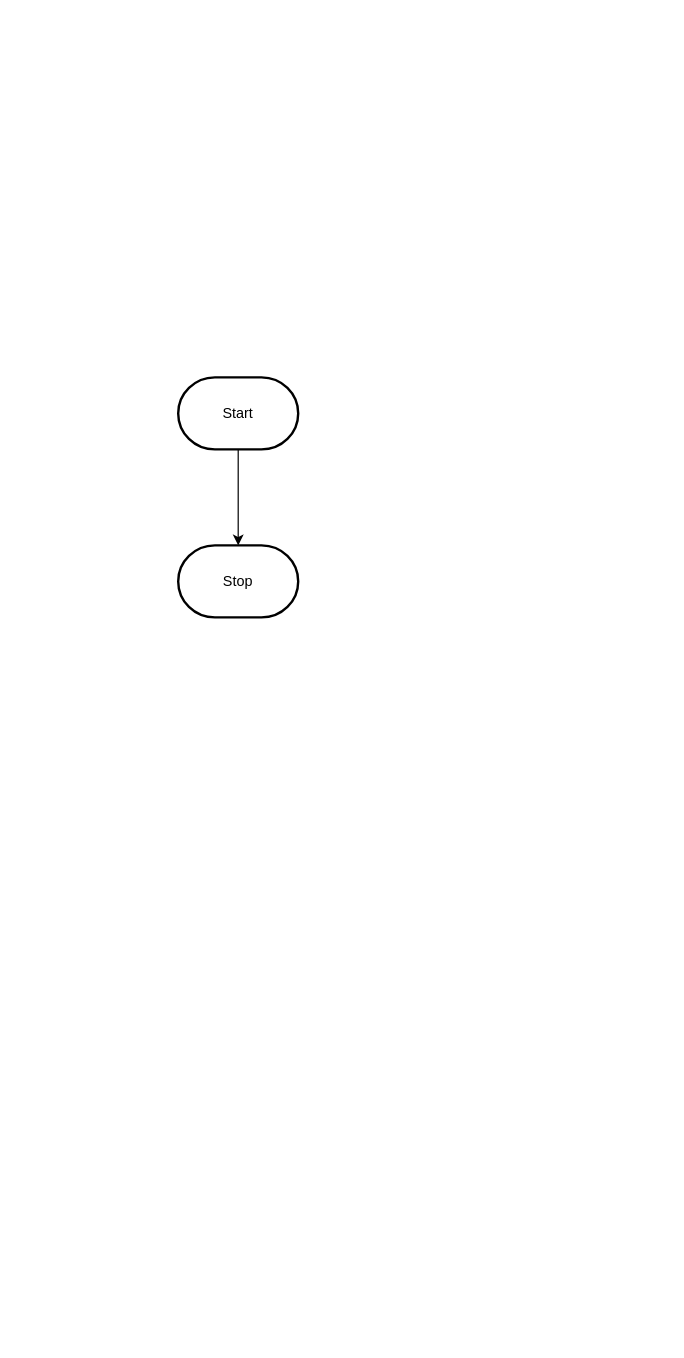
The draw.io diagram design/flowchart.drawio in MTHS-ICS3U-2-2022/ICS3U-Assignment-3-Nina-S-Mathew, before the edit. Source tidied: cells renumbered, new cells numbered last; positions are measured from the earlier drawing's top-left corner, leaving out a move shared by most shapes. Both pictures are drawn from the tidied source at 120%, with x=0, y=0 at pixel (178, 377).
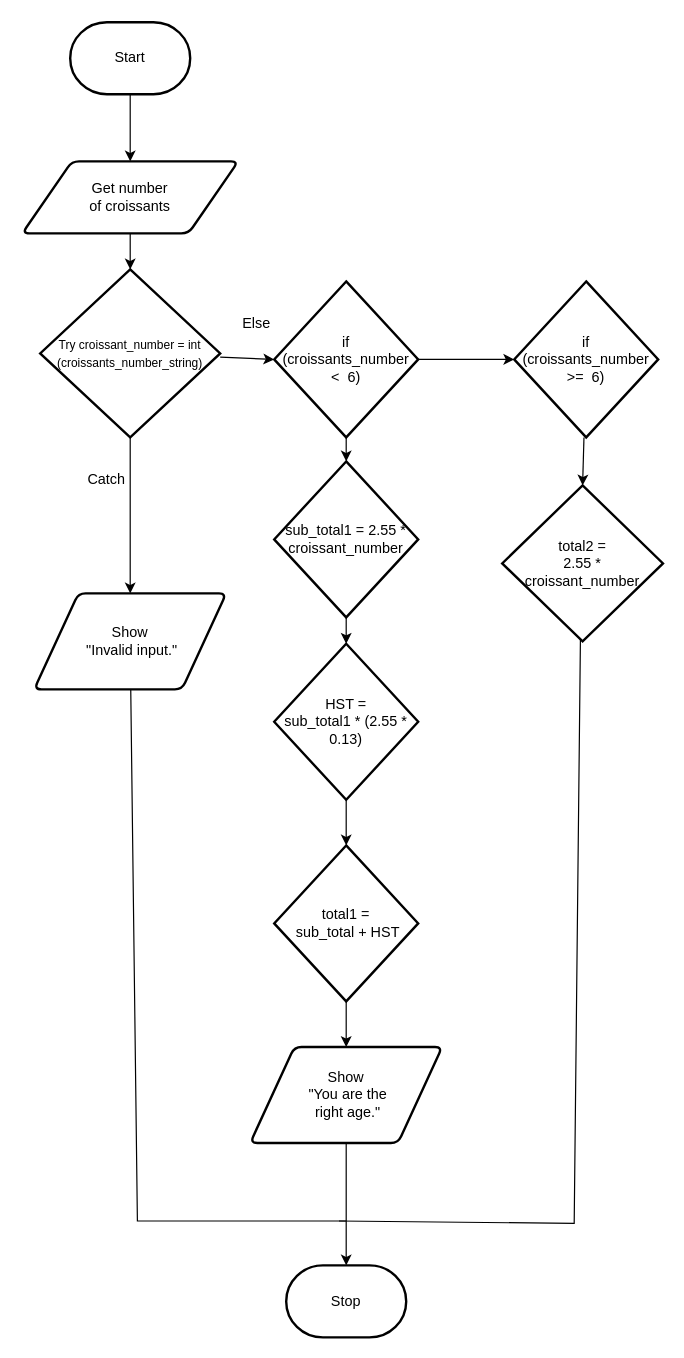
The same diagram, later.

Commit message (it also covers changes not shown here):
created flowchart and topdown

Diff of the diagram source:
```diff
@@
-    <mxCell id="2" style="edgeStyle=orthogonalEdgeStyle;html=1;rounded=0;" parent="1" edge="1" source="3" target="4">
+    <mxCell id="2" style="edgeStyle=none;html=1;exitX=0.5;exitY=1;exitDx=0;exitDy=0;exitPerimeter=0;entryX=0.5;entryY=0;entryDx=0;entryDy=0;" parent="1" edge="1" source="3" target="6">
       <mxGeometry relative="1" as="geometry" />
     </mxCell>
     <mxCell id="3" value="Start" style="strokeWidth=2;html=1;shape=mxgraph.flowchart.terminator;whiteSpace=wrap;" parent="1" vertex="1">
-      <mxGeometry width="100" height="60" as="geometry" />
+      <mxGeometry x="-90" y="-296" width="100" height="60" as="geometry" />
     </mxCell>
     <mxCell id="4" value="Stop" style="strokeWidth=2;html=1;shape=mxgraph.flowchart.terminator;whiteSpace=wrap;" parent="1" vertex="1">
-      <mxGeometry y="140" width="100" height="60" as="geometry" />
+      <mxGeometry x="90" y="740" width="100" height="60" as="geometry" />
     </mxCell>
+    <mxCell id="5" style="edgeStyle=none;html=1;entryX=0.5;entryY=0;entryDx=0;entryDy=0;entryPerimeter=0;" parent="1" edge="1" source="6" target="14">
+      <mxGeometry relative="1" as="geometry" />
+    </mxCell>
+    <mxCell id="6" value="Get number &lt;br&gt;of croissants" style="shape=parallelogram;html=1;strokeWidth=2;perimeter=parallelogramPerimeter;whiteSpace=wrap;rounded=1;arcSize=12;size=0.23;" parent="1" vertex="1">
+      <mxGeometry x="-130" y="-180" width="180" height="60" as="geometry" />
+    </mxCell>
+    <mxCell id="7" style="edgeStyle=none;rounded=0;html=1;entryX=0;entryY=0.5;entryDx=0;entryDy=0;entryPerimeter=0;fontSize=10;endArrow=classic;endFill=1;" parent="1" edge="1" source="9" target="20">
+      <mxGeometry relative="1" as="geometry" />
+    </mxCell>
+    <mxCell id="8" style="edgeStyle=none;rounded=0;html=1;entryX=0.5;entryY=0;entryDx=0;entryDy=0;entryPerimeter=0;fontSize=10;endArrow=classic;endFill=1;" parent="1" edge="1" source="9" target="22">
+      <mxGeometry relative="1" as="geometry" />
+    </mxCell>
+    <mxCell id="9" value="if &lt;br&gt;(croissants_number &amp;lt;&amp;nbsp; 6)" style="strokeWidth=2;html=1;shape=mxgraph.flowchart.decision;whiteSpace=wrap;" parent="1" vertex="1">
+      <mxGeometry x="80" y="-80" width="120" height="130" as="geometry" />
+    </mxCell>
+    <mxCell id="10" style="edgeStyle=none;html=1;" parent="1" edge="1" source="11" target="4">
+      <mxGeometry relative="1" as="geometry" />
+    </mxCell>
+    <mxCell id="11" value="Show&lt;br&gt;&amp;nbsp;&quot;You are the&lt;br&gt;&amp;nbsp;right age.&quot;" style="shape=parallelogram;html=1;strokeWidth=2;perimeter=parallelogramPerimeter;whiteSpace=wrap;rounded=1;arcSize=12;size=0.23;" parent="1" vertex="1">
+      <mxGeometry x="60" y="558" width="160" height="80" as="geometry" />
+    </mxCell>
+    <mxCell id="12" style="edgeStyle=none;html=1;entryX=0;entryY=0.5;entryDx=0;entryDy=0;entryPerimeter=0;" parent="1" edge="1" source="14" target="9">
+      <mxGeometry relative="1" as="geometry" />
+    </mxCell>
+    <mxCell id="13" style="edgeStyle=none;rounded=0;html=1;entryX=0.5;entryY=0;entryDx=0;entryDy=0;fontSize=10;endArrow=classic;endFill=1;" parent="1" edge="1" source="14" target="16">
+      <mxGeometry relative="1" as="geometry" />
+    </mxCell>
+    <mxCell id="14" value="&lt;font style=&quot;font-size: 10px;&quot;&gt;Try croissant_number = int&lt;br&gt;(croissants_number_string)&lt;/font&gt;" style="strokeWidth=2;html=1;shape=mxgraph.flowchart.decision;whiteSpace=wrap;" parent="1" vertex="1">
+      <mxGeometry x="-115" y="-90" width="150" height="140" as="geometry" />
+    </mxCell>
+    <mxCell id="15" style="edgeStyle=none;html=1;exitX=0.5;exitY=1;exitDx=0;exitDy=0;endArrow=none;endFill=0;rounded=0;" parent="1" edge="1">
+      <mxGeometry relative="1" as="geometry">
+        <mxPoint x="-40" y="223" as="sourcePoint" />
+        <mxPoint x="140" y="703" as="targetPoint" />
+        <Array as="points">
+          <mxPoint x="-34" y="703" />
+        </Array>
+      </mxGeometry>
+    </mxCell>
+    <mxCell id="16" value="Show&lt;br&gt;&amp;nbsp;&quot;Invalid input.&quot;" style="shape=parallelogram;html=1;strokeWidth=2;perimeter=parallelogramPerimeter;whiteSpace=wrap;rounded=1;arcSize=12;size=0.23;" parent="1" vertex="1">
+      <mxGeometry x="-120" y="180" width="160" height="80" as="geometry" />
+    </mxCell>
+    <mxCell id="17" value="Else" style="text;html=1;align=center;verticalAlign=middle;strokeColor=none;fillColor=none;" parent="1" vertex="1">
+      <mxGeometry x="40" y="-60" width="50" height="30" as="geometry" />
+    </mxCell>
+    <mxCell id="18" value="Catch" style="text;html=1;align=center;verticalAlign=middle;strokeColor=none;fillColor=none;" parent="1" vertex="1">
+      <mxGeometry x="-90" y="70" width="60" height="30" as="geometry" />
+    </mxCell>
+    <mxCell id="19" style="edgeStyle=none;rounded=0;html=1;entryX=0.5;entryY=0;entryDx=0;entryDy=0;entryPerimeter=0;fontSize=10;endArrow=classic;endFill=1;" parent="1" edge="1" source="20" target="24">
+      <mxGeometry relative="1" as="geometry" />
+    </mxCell>
+    <mxCell id="20" value="if &lt;br&gt;(croissants_number &amp;gt;=&amp;nbsp; 6)" style="strokeWidth=2;html=1;shape=mxgraph.flowchart.decision;whiteSpace=wrap;" parent="1" vertex="1">
+      <mxGeometry x="280" y="-80" width="120" height="130" as="geometry" />
+    </mxCell>
+    <mxCell id="21" style="edgeStyle=none;rounded=0;html=1;entryX=0.5;entryY=0;entryDx=0;entryDy=0;entryPerimeter=0;fontSize=10;endArrow=classic;endFill=1;" parent="1" edge="1" source="22" target="26">
+      <mxGeometry relative="1" as="geometry" />
+    </mxCell>
+    <mxCell id="22" value="sub_total1 = 2.55 * croissant_number" style="strokeWidth=2;html=1;shape=mxgraph.flowchart.decision;whiteSpace=wrap;" parent="1" vertex="1">
+      <mxGeometry x="80" y="70" width="120" height="130" as="geometry" />
+    </mxCell>
+    <mxCell id="23" style="edgeStyle=none;html=1;fontSize=10;endArrow=none;endFill=0;rounded=0;" parent="1" edge="1">
+      <mxGeometry relative="1" as="geometry">
+        <mxPoint x="336.3" y="113" as="sourcePoint" />
+        <mxPoint x="134" y="703" as="targetPoint" />
+        <Array as="points">
+          <mxPoint x="330" y="705" />
+        </Array>
+      </mxGeometry>
+    </mxCell>
+    <mxCell id="24" value="total2 =&lt;br&gt;2.55 * &lt;br&gt;croissant_number" style="strokeWidth=2;html=1;shape=mxgraph.flowchart.decision;whiteSpace=wrap;" parent="1" vertex="1">
+      <mxGeometry x="270" y="90" width="134" height="130" as="geometry" />
+    </mxCell>
+    <mxCell id="25" style="edgeStyle=none;rounded=0;html=1;entryX=0.5;entryY=0;entryDx=0;entryDy=0;entryPerimeter=0;fontSize=10;endArrow=classic;endFill=1;" parent="1" edge="1" source="26" target="28">
+      <mxGeometry relative="1" as="geometry" />
+    </mxCell>
+    <mxCell id="26" value="HST = &lt;br&gt;sub_total1 * (2.55 * 0.13)" style="strokeWidth=2;html=1;shape=mxgraph.flowchart.decision;whiteSpace=wrap;" parent="1" vertex="1">
+      <mxGeometry x="80" y="222" width="120" height="130" as="geometry" />
+    </mxCell>
+    <mxCell id="27" style="edgeStyle=none;rounded=0;html=1;entryX=0.5;entryY=0;entryDx=0;entryDy=0;fontSize=10;endArrow=classic;endFill=1;" parent="1" edge="1" source="28" target="11">
+      <mxGeometry relative="1" as="geometry" />
+    </mxCell>
+    <mxCell id="28" value="total1 =&lt;br&gt;&amp;nbsp;sub_total + HST" style="strokeWidth=2;html=1;shape=mxgraph.flowchart.decision;whiteSpace=wrap;" parent="1" vertex="1">
+      <mxGeometry x="80" y="390" width="120" height="130" as="geometry" />
+    </mxCell>
```
